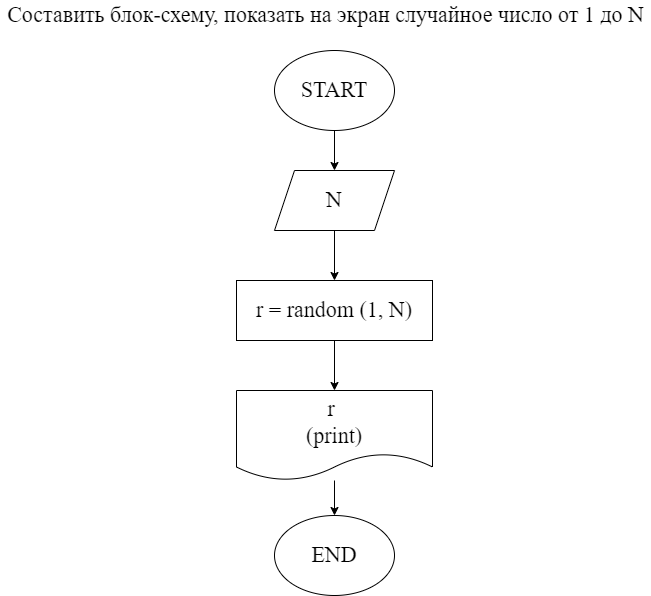
Earlier version of the draw.io export ex001.drawio.png (Let0Pda/practice_temp). Source tidied: cells renumbered, new cells last; positions are measured from the earlier drawing's top-left corner, leaving out a move shared by most shapes.
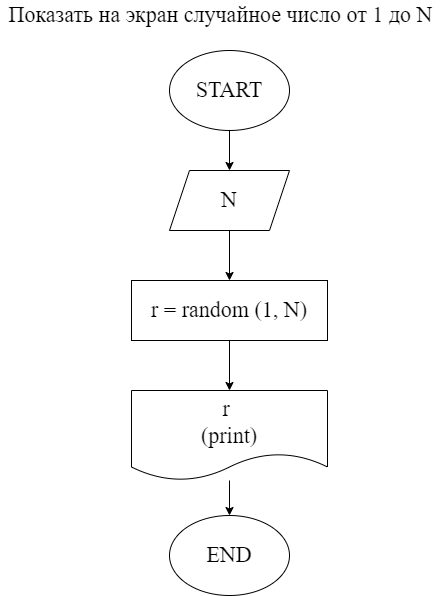
Later version of the same file.

Commit message:
Составить блок-схему, показать на экран случайное число от 1 до N

Change to the diagram source:
```diff
@@ -29,8 +29,8 @@
     <mxCell id="10" value="END" style="ellipse;whiteSpace=wrap;html=1;fontFamily=Fira code;fontSource=https%3A%2F%2Ffonts.googleapis.com%2Fcss%3Ffamily%3DFira%2Bcode;fontSize=22;" parent="1" vertex="1">
       <mxGeometry x="274" y="515" width="120" height="80" as="geometry" />
     </mxCell>
-    <mxCell id="11" value="Составить блок-схему, показать на экран случайное число от 1 до N" style="text;html=1;align=center;verticalAlign=middle;strokeColor=none;fillColor=none;fontSize=22;fontFamily=Fira code;" parent="1" vertex="1">
-      <mxGeometry width="650" height="30" as="geometry" />
+    <mxCell id="11" value="Показать на экран случайное число от 1 до N" style="text;html=1;align=center;verticalAlign=middle;strokeColor=none;fillColor=none;fontSize=22;fontFamily=Fira code;" parent="1" vertex="1">
+      <mxGeometry x="105" width="440" height="30" as="geometry" />
     </mxCell>
   </root>
 </mxGraphModel>
```
